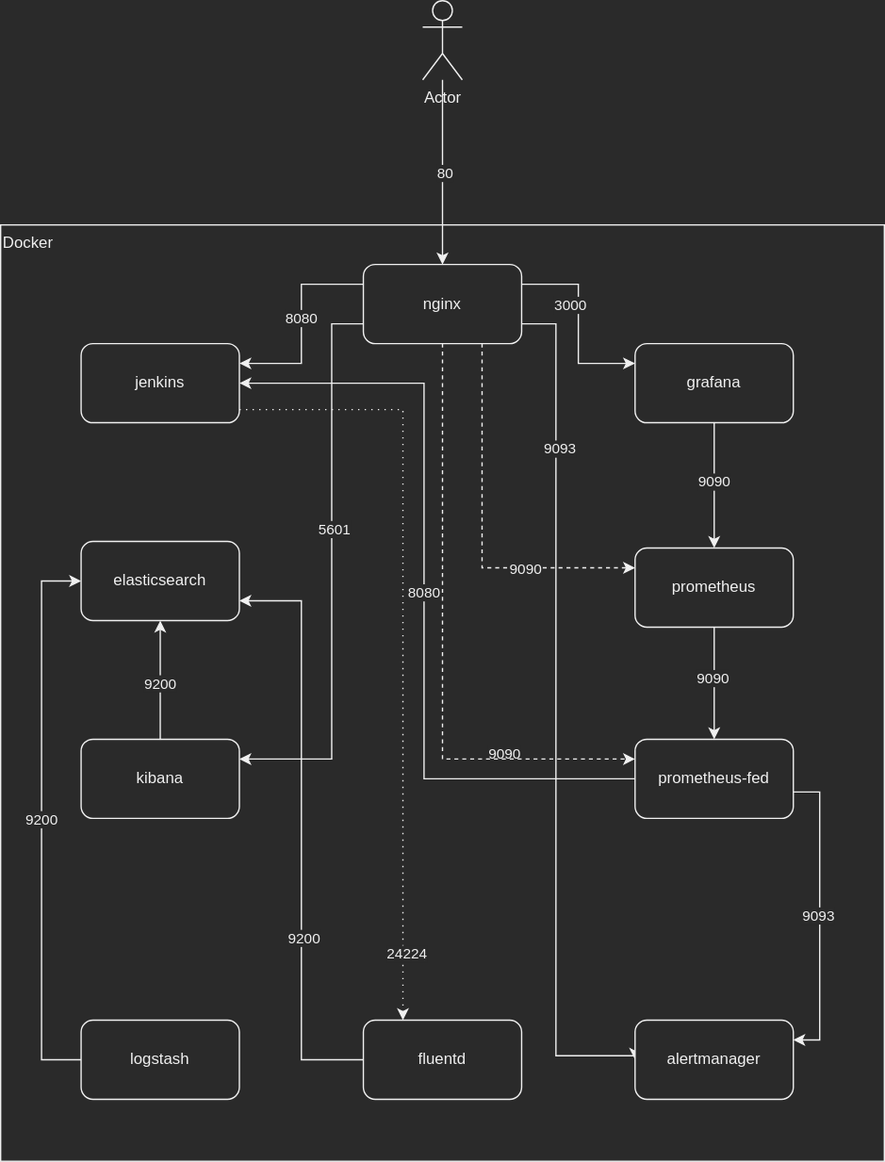
Before: docs/images/diagram.drawio.svg, a diagram exported from draw.io (migueldiaznunez/grauss-docker-compose-bak). Source tidied: cells renumbered, new cells last; positions are measured from the earlier drawing's top-left corner, leaving out a move shared by most shapes.
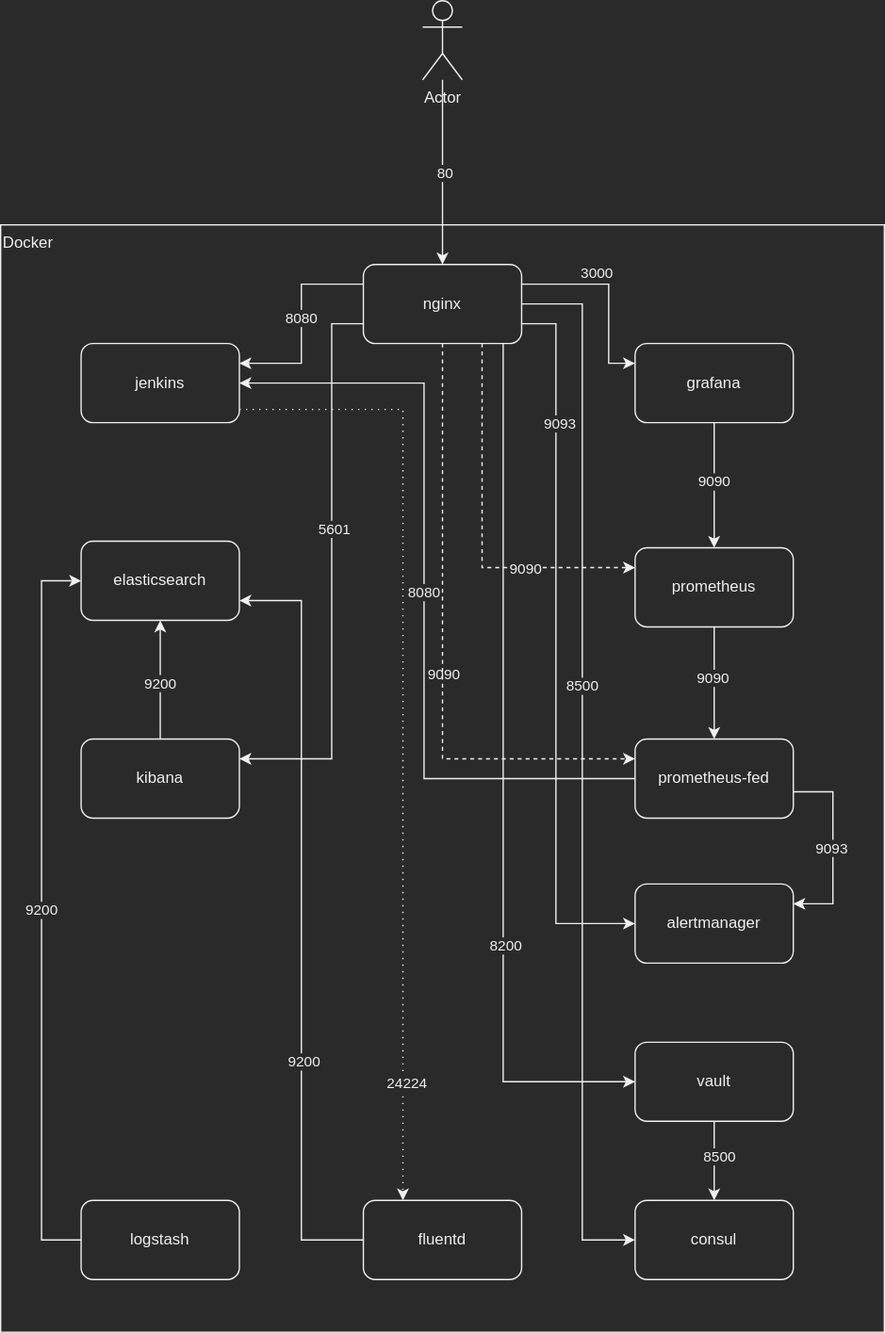
After the commit.

Commit message:
nginx consul and vault, docu

Change to the diagram source:
```diff
@@ -3,7 +3,7 @@
     <mxCell id="0" />
     <mxCell id="1" parent="0" />
     <mxCell id="2" value="Docker" style="rounded=0;whiteSpace=wrap;html=1;verticalAlign=top;align=left;" parent="1" vertex="1">
-      <mxGeometry y="170" width="670" height="710" as="geometry" />
+      <mxGeometry y="170" width="670" height="840" as="geometry" />
     </mxCell>
     <mxCell id="3" style="edgeStyle=orthogonalEdgeStyle;rounded=0;jettySize=auto;html=1;entryX=0.25;entryY=0;entryDx=0;entryDy=0;dashed=1;dashPattern=1 4;" parent="1" edge="1" source="5" target="41">
       <mxGeometry relative="1" as="geometry">
@@ -29,7 +29,12 @@
       </mxGeometry>
     </mxCell>
     <mxCell id="8" style="edgeStyle=orthogonalEdgeStyle;rounded=0;jettySize=auto;html=1;entryX=0;entryY=0.25;entryDx=0;entryDy=0;exitX=1;exitY=0.25;exitDx=0;exitDy=0;" parent="1" edge="1" source="43" target="28">
-      <mxGeometry relative="1" as="geometry" />
+      <mxGeometry relative="1" as="geometry">
+        <Array as="points">
+          <mxPoint x="461" y="215" />
+          <mxPoint x="461" y="275" />
+        </Array>
+      </mxGeometry>
     </mxCell>
     <mxCell id="9" value="3000" style="edgeLabel;html=1;align=center;verticalAlign=middle;" parent="8" vertex="1">
       <mxGeometry x="-0.1" y="2" relative="1" as="geometry">
@@ -58,7 +63,7 @@
     </mxCell>
     <mxCell id="13" value="9090" style="edgeLabel;html=1;align=center;verticalAlign=middle;" parent="12" vertex="1">
       <mxGeometry x="0.38" y="3" relative="1" as="geometry">
-        <mxPoint x="-12" y="143" as="offset" />
+        <mxPoint x="-58" y="83" as="offset" />
       </mxGeometry>
     </mxCell>
     <mxCell id="14" value="9090" style="edgeLabel;html=1;align=center;verticalAlign=middle;" parent="12" vertex="1">
@@ -80,8 +85,7 @@
       <mxGeometry relative="1" as="geometry">
         <Array as="points">
           <mxPoint x="421" y="245" />
-          <mxPoint x="421" y="800" />
-          <mxPoint x="481" y="800" />
+          <mxPoint x="421" y="700" />
         </Array>
       </mxGeometry>
     </mxCell>
@@ -141,8 +145,8 @@
     <mxCell id="34" style="edgeStyle=orthogonalEdgeStyle;rounded=0;jettySize=auto;html=1;entryX=1;entryY=0.25;entryDx=0;entryDy=0;" parent="1" edge="1" source="36" target="42">
       <mxGeometry relative="1" as="geometry">
         <Array as="points">
-          <mxPoint x="621" y="600" />
-          <mxPoint x="621" y="788" />
+          <mxPoint x="631" y="600" />
+          <mxPoint x="631" y="685" />
         </Array>
       </mxGeometry>
     </mxCell>
@@ -155,13 +159,13 @@
     <mxCell id="37" value="9200" style="edgeStyle=orthogonalEdgeStyle;rounded=0;jettySize=auto;html=1;entryX=0;entryY=0.5;entryDx=0;entryDy=0;exitX=0;exitY=0.5;exitDx=0;exitDy=0;" parent="1" edge="1" source="38" target="22">
       <mxGeometry relative="1" as="geometry">
         <Array as="points">
-          <mxPoint x="31" y="803" />
+          <mxPoint x="31" y="940" />
           <mxPoint x="31" y="440" />
         </Array>
       </mxGeometry>
     </mxCell>
     <mxCell id="38" value="logstash" style="rounded=1;whiteSpace=wrap;html=1;" parent="1" vertex="1">
-      <mxGeometry x="61" y="773" width="120" height="60" as="geometry" />
+      <mxGeometry x="61" y="910" width="120" height="60" as="geometry" />
     </mxCell>
     <mxCell id="39" style="edgeStyle=orthogonalEdgeStyle;rounded=0;jettySize=auto;html=1;entryX=1;entryY=0.75;entryDx=0;entryDy=0;" parent="1" edge="1" source="41" target="22">
       <mxGeometry relative="1" as="geometry" />
@@ -170,13 +174,43 @@
       <mxGeometry x="-0.37" y="-1" relative="1" as="geometry" />
     </mxCell>
     <mxCell id="41" value="fluentd" style="rounded=1;whiteSpace=wrap;html=1;" parent="1" vertex="1">
-      <mxGeometry x="275" y="773" width="120" height="60" as="geometry" />
+      <mxGeometry x="275" y="910" width="120" height="60" as="geometry" />
     </mxCell>
     <mxCell id="42" value="alertmanager" style="rounded=1;whiteSpace=wrap;html=1;" parent="1" vertex="1">
-      <mxGeometry x="481" y="773" width="120" height="60" as="geometry" />
+      <mxGeometry x="481" y="670" width="120" height="60" as="geometry" />
     </mxCell>
+    <mxCell id="44" style="edgeStyle=orthogonalEdgeStyle;rounded=0;jettySize=auto;html=1;entryX=0;entryY=0.5;entryDx=0;entryDy=0;" parent="1" edge="1" source="43" target="49">
+      <mxGeometry relative="1" as="geometry">
+        <Array as="points">
+          <mxPoint x="381" y="820" />
+        </Array>
+      </mxGeometry>
+    </mxCell>
+    <mxCell id="45" value="8200" style="edgeLabel;html=1;align=center;verticalAlign=middle;" parent="44" vertex="1">
+      <mxGeometry x="0.38" y="1" relative="1" as="geometry" />
+    </mxCell>
+    <mxCell id="46" value="8500" style="edgeStyle=orthogonalEdgeStyle;rounded=0;jettySize=auto;html=1;entryX=0;entryY=0.5;entryDx=0;entryDy=0;" parent="1" edge="1" source="43" target="50">
+      <mxGeometry x="-0.16" relative="1" as="geometry">
+        <Array as="points">
+          <mxPoint x="441" y="230" />
+          <mxPoint x="441" y="940" />
+        </Array>
+      </mxGeometry>
+    </mxCell>
     <mxCell id="43" value="nginx" style="rounded=1;whiteSpace=wrap;html=1;" parent="1" vertex="1">
       <mxGeometry x="275" y="200" width="120" height="60" as="geometry" />
     </mxCell>
+    <mxCell id="47" style="edgeStyle=orthogonalEdgeStyle;rounded=0;jettySize=auto;html=1;entryX=0.5;entryY=0;entryDx=0;entryDy=0;" parent="1" edge="1" source="49" target="50">
+      <mxGeometry relative="1" as="geometry" />
+    </mxCell>
+    <mxCell id="48" value="8500" style="edgeLabel;html=1;align=center;verticalAlign=middle;" parent="47" vertex="1">
+      <mxGeometry x="-0.13" y="3" relative="1" as="geometry" />
+    </mxCell>
+    <mxCell id="49" value="vault" style="rounded=1;whiteSpace=wrap;html=1;" parent="1" vertex="1">
+      <mxGeometry x="481" y="790" width="120" height="60" as="geometry" />
+    </mxCell>
+    <mxCell id="50" value="consul" style="rounded=1;whiteSpace=wrap;html=1;" parent="1" vertex="1">
+      <mxGeometry x="481" y="910" width="120" height="60" as="geometry" />
+    </mxCell>
   </root>
 </mxGraphModel>
```
